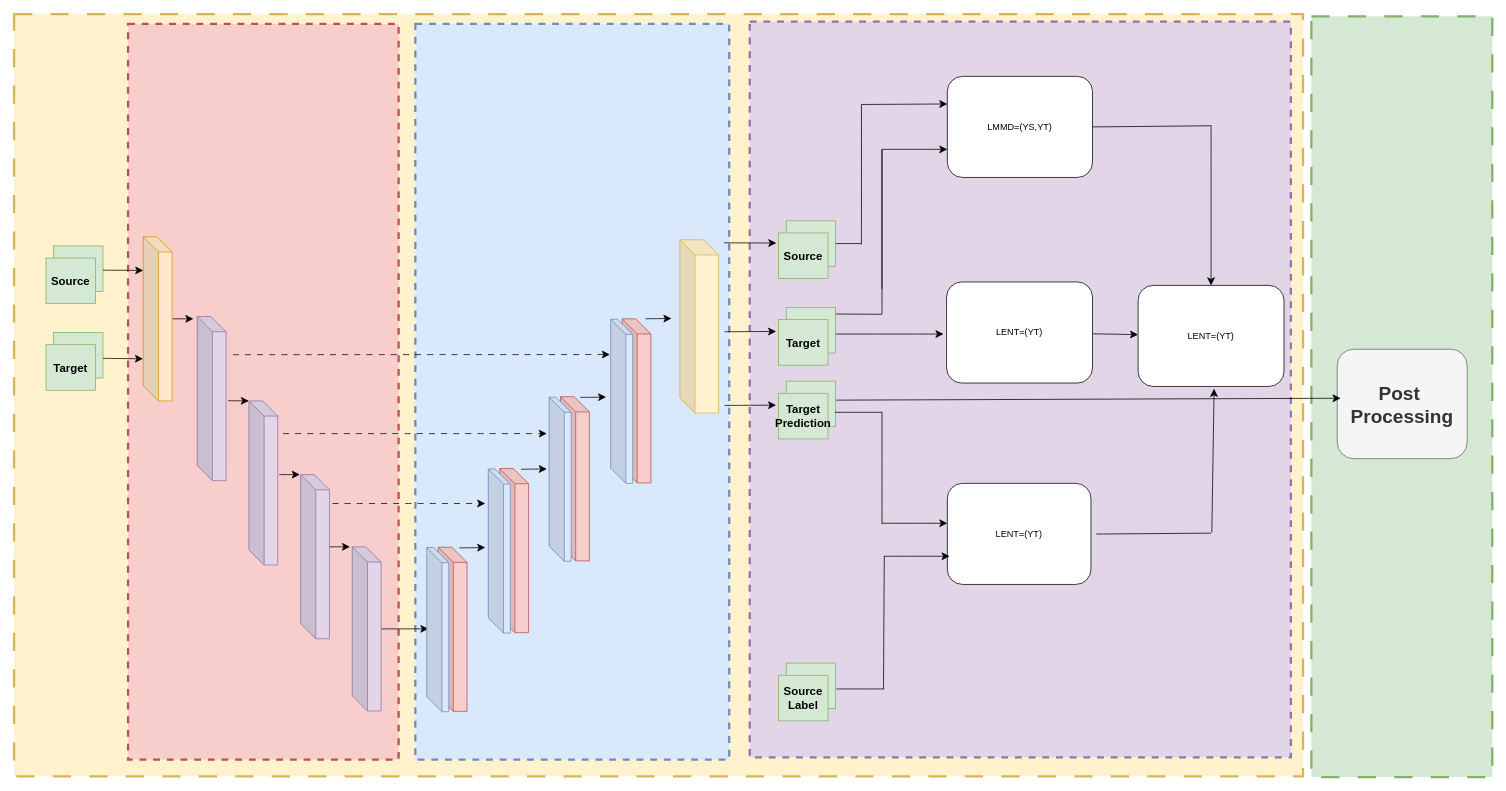
Before: Spatina Net.drawio in Yingda-Yu/Spartina-Earth, a draw.io diagram. Source tidied: cells renumbered, new cells numbered last; positions are measured from the earlier drawing's top-left corner, leaving out a move shared by most shapes. Both pictures are drawn from the tidied source at 76%, with x=0, y=0 at pixel (14, 14).
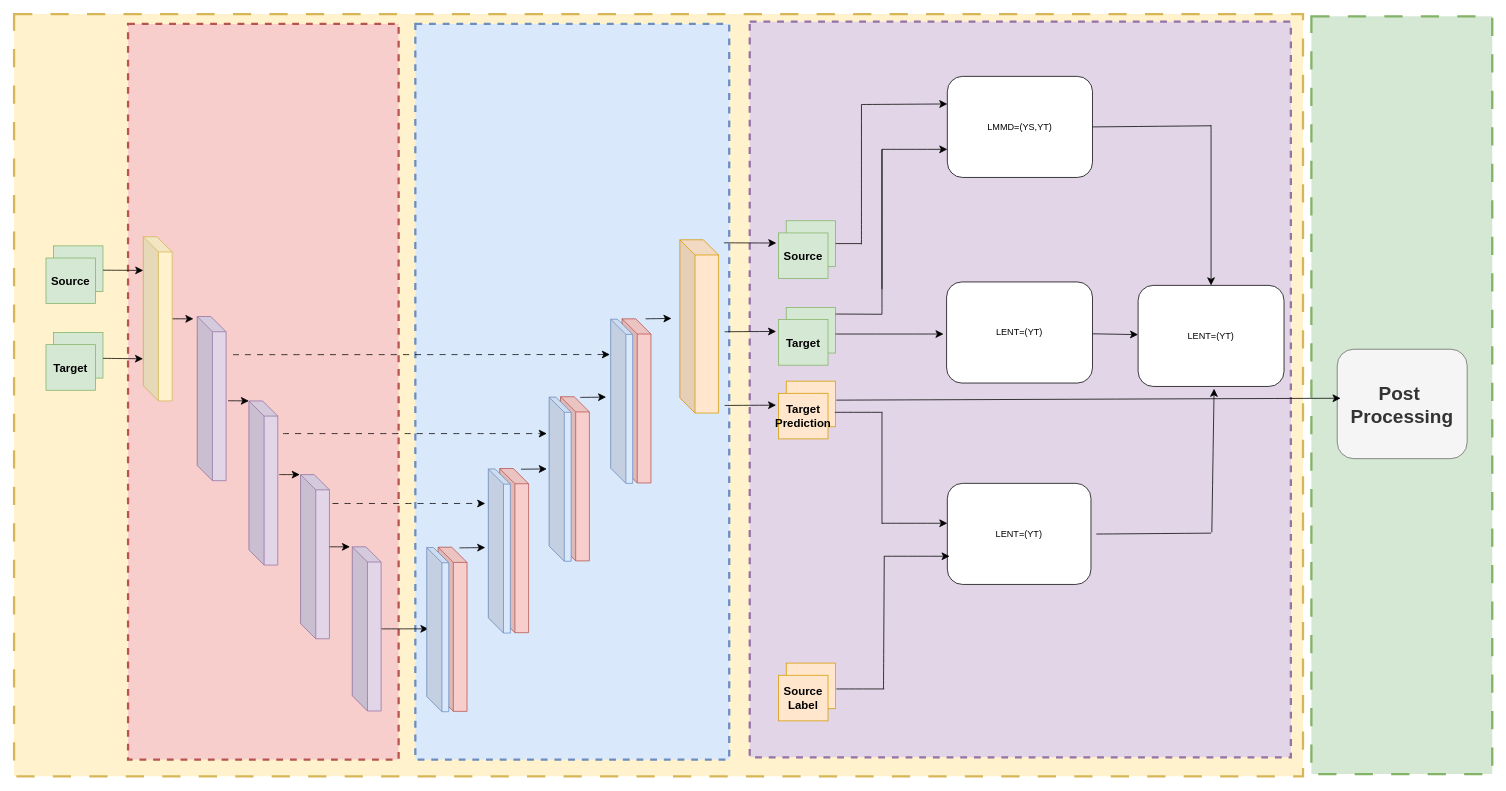
Above is the later version.

Change to the diagram source:
```diff
@@
     <mxCell id="5" style="verticalLabelPosition=bottom;verticalAlign=top;html=1;shape=mxgraph.basic.rect;fillColor2=none;strokeWidth=3;size=0;indent=5;dashed=1;dashPattern=8 8;strokeColor=#82b366;fillColor=#d5e8d4;" parent="1" vertex="1">
-      <mxGeometry x="1707" y="3" width="238" height="1001" as="geometry" />
+      <mxGeometry x="1707" y="3" width="238" height="997" as="geometry" />
     </mxCell>
@@
-    <mxCell id="8" style="shape=cube;whiteSpace=wrap;html=1;boundedLbl=1;backgroundOutline=1;darkOpacity=0.05;darkOpacity2=0.1;fillColor=#ffe6cc;strokeColor=#d79b00;" parent="1" vertex="1">
+    <mxCell id="8" style="shape=cube;whiteSpace=wrap;html=1;boundedLbl=1;backgroundOutline=1;darkOpacity=0.05;darkOpacity2=0.1;fillColor=#fff2cc;strokeColor=#d6b656;" parent="1" vertex="1">
       <mxGeometry x="170" y="293" width="38" height="216" as="geometry" />
     </mxCell>
@@
-    <mxCell id="24" style="shape=cube;whiteSpace=wrap;html=1;boundedLbl=1;backgroundOutline=1;darkOpacity=0.05;darkOpacity2=0.1;fillColor=#fff2cc;strokeColor=#d6b656;" parent="1" vertex="1">
+    <mxCell id="24" style="shape=cube;whiteSpace=wrap;html=1;boundedLbl=1;backgroundOutline=1;darkOpacity=0.05;darkOpacity2=0.1;fillColor=#ffe6cc;strokeColor=#d79b00;" parent="1" vertex="1">
       <mxGeometry x="876" y="297" width="51" height="228" as="geometry" />
     </mxCell>
@@
-    <mxCell id="60" style="rounded=0;whiteSpace=wrap;html=1;fillColor=#d5e8d4;strokeColor=#82b366;" parent="1" vertex="1">
+    <mxCell id="60" style="rounded=0;whiteSpace=wrap;html=1;fillColor=#ffe6cc;strokeColor=#d79b00;" parent="1" vertex="1">
       <mxGeometry x="1016" y="854" width="65" height="60" as="geometry" />
     </mxCell>
-    <mxCell id="61" value="&lt;font style=&quot;font-size: 15px;&quot;&gt;&lt;b&gt;Source&lt;/b&gt;&lt;/font&gt;&lt;div&gt;&lt;font style=&quot;font-size: 15px;&quot;&gt;&lt;b&gt;Label&lt;/b&gt;&lt;/font&gt;&lt;/div&gt;" style="rounded=0;whiteSpace=wrap;html=1;fillColor=#d5e8d4;strokeColor=#82b366;" parent="1" vertex="1">
+    <mxCell id="61" value="&lt;font style=&quot;font-size: 15px;&quot;&gt;&lt;b&gt;Source&lt;/b&gt;&lt;/font&gt;&lt;div&gt;&lt;font style=&quot;font-size: 15px;&quot;&gt;&lt;b&gt;Label&lt;/b&gt;&lt;/font&gt;&lt;/div&gt;" style="rounded=0;whiteSpace=wrap;html=1;fillColor=#ffe6cc;strokeColor=#d79b00;" parent="1" vertex="1">
       <mxGeometry x="1006" y="870" width="65" height="60" as="geometry" />
     </mxCell>
@@
-    <mxCell id="65" style="rounded=0;whiteSpace=wrap;html=1;fillColor=#d5e8d4;strokeColor=#82b366;" parent="1" vertex="1">
+    <mxCell id="65" style="rounded=0;whiteSpace=wrap;html=1;fillColor=#ffe6cc;strokeColor=#d79b00;" parent="1" vertex="1">
       <mxGeometry x="1016" y="483" width="65" height="60" as="geometry" />
     </mxCell>
-    <mxCell id="66" value="&lt;div&gt;&lt;font style=&quot;font-size: 15px;&quot;&gt;&lt;b&gt;Target&lt;/b&gt;&lt;b style=&quot;&quot;&gt;&lt;/b&gt;&lt;/font&gt;&lt;/div&gt;&lt;font style=&quot;font-size: 15px;&quot;&gt;&lt;b style=&quot;&quot;&gt;Prediction&lt;/b&gt;&lt;/font&gt;" style="rounded=0;whiteSpace=wrap;html=1;fillColor=#d5e8d4;strokeColor=#82b366;" parent="1" vertex="1">
+    <mxCell id="66" value="&lt;div&gt;&lt;font style=&quot;font-size: 15px;&quot;&gt;&lt;b&gt;Target&lt;/b&gt;&lt;b style=&quot;&quot;&gt;&lt;/b&gt;&lt;/font&gt;&lt;/div&gt;&lt;font style=&quot;font-size: 15px;&quot;&gt;&lt;b style=&quot;&quot;&gt;Prediction&lt;/b&gt;&lt;/font&gt;" style="rounded=0;whiteSpace=wrap;html=1;fillColor=#ffe6cc;strokeColor=#d79b00;" parent="1" vertex="1">
       <mxGeometry x="1006" y="499" width="65" height="60" as="geometry" />
     </mxCell>
```
